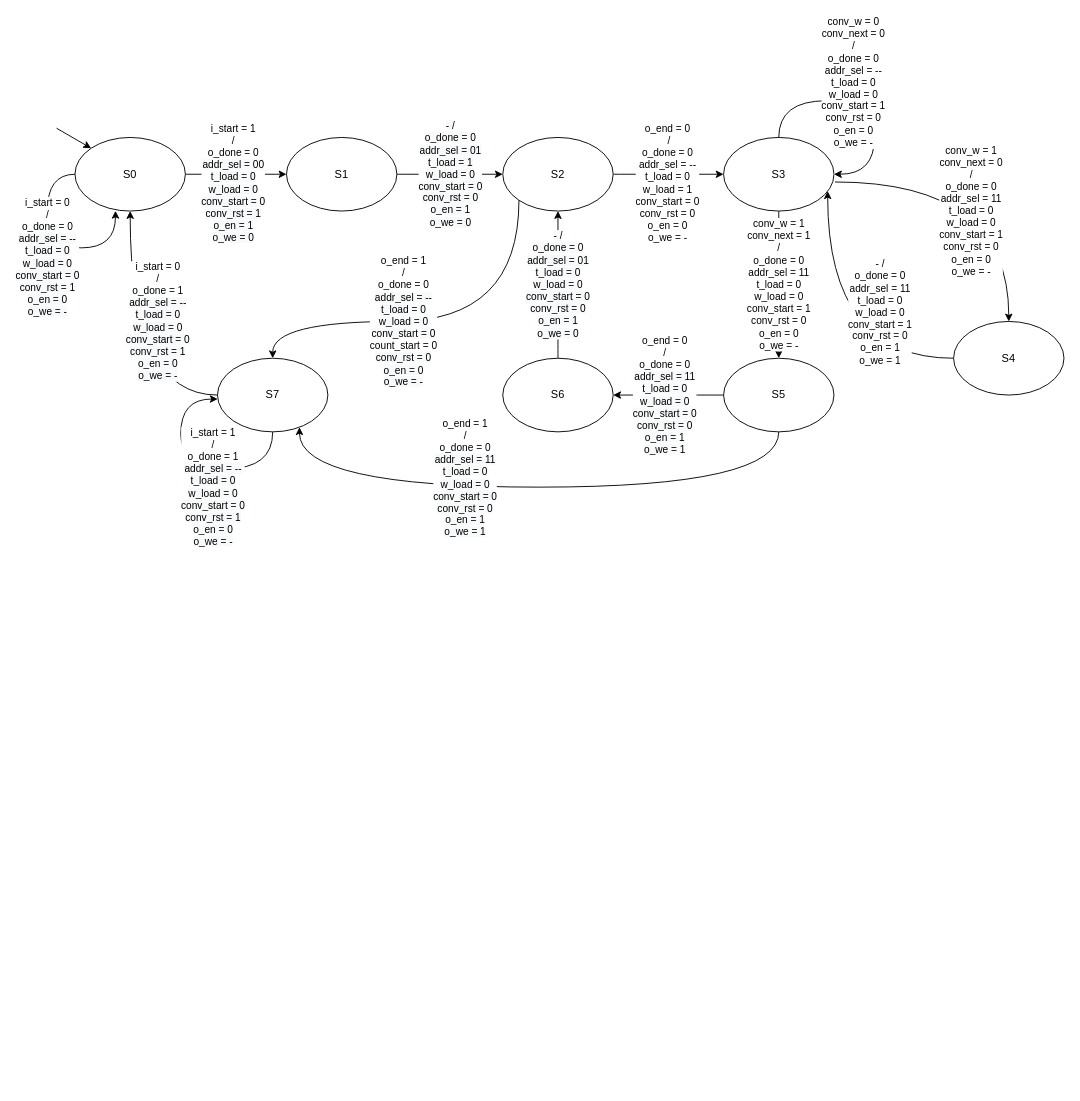
alexbradd/progetto_rl_2122 keeps this draw.io diagram as page "StateMachine" (2 of 3) of doc/diagrams.drawio. Above is the earlier version. Source tidied: cells renumbered, new cells numbered last; positions are measured from the earlier drawing's top-left corner, leaving out a move shared by most shapes. Both pictures are drawn from the tidied source at 92%, with x=0, y=0 at pixel (47, 100).
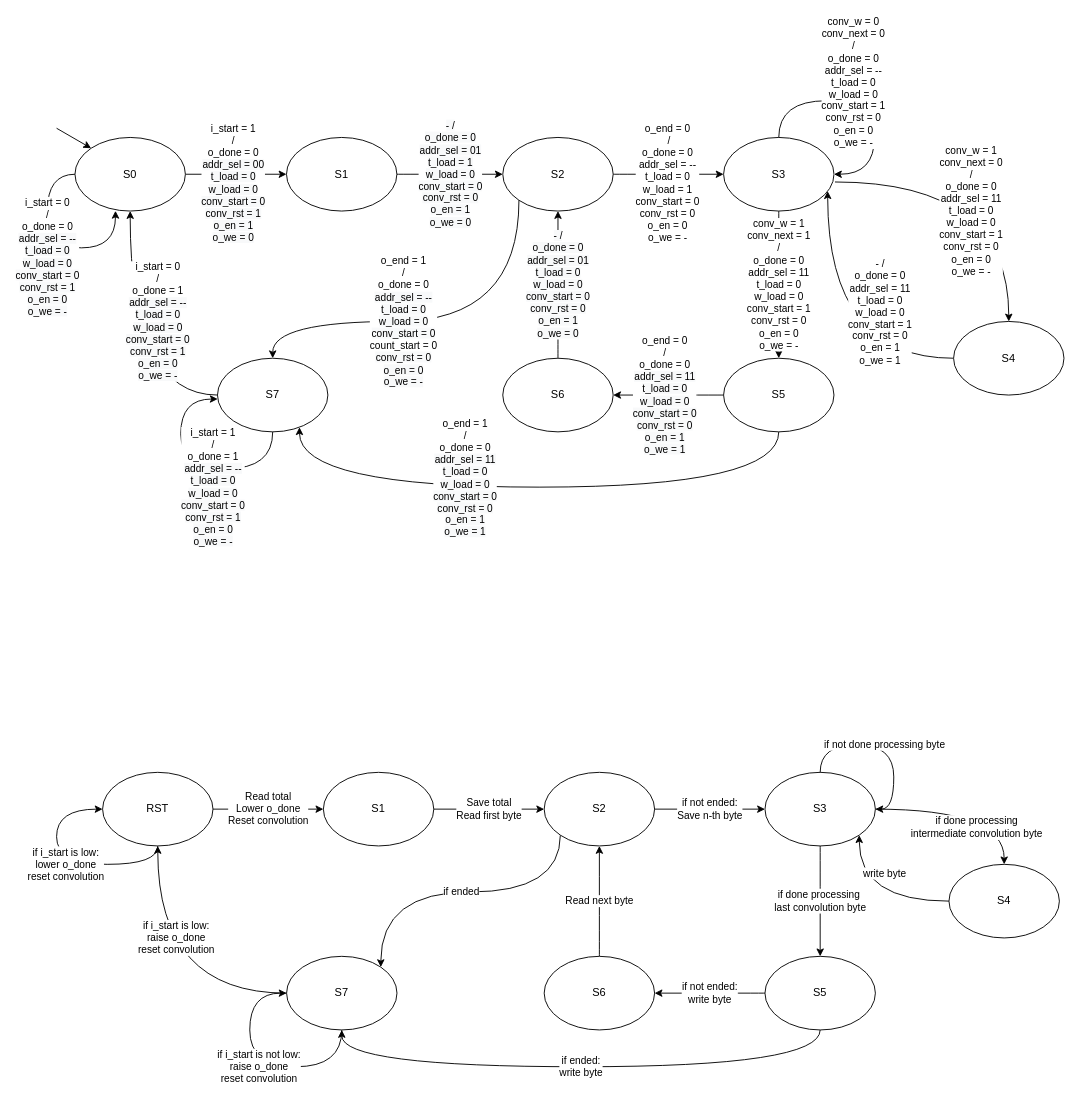
After the change.

The edit, as a diff of the source:
```diff
@@
+    <mxCell id="25" value="Read total&lt;br&gt;Lower o_done&lt;br&gt;Reset convolution" style="edgeStyle=orthogonalEdgeStyle;rounded=0;jettySize=auto;html=1;exitX=1;exitY=0.5;exitDx=0;exitDy=0;entryX=0;entryY=0.5;entryDx=0;entryDy=0;" parent="1" edge="1" source="26" target="28">
+      <mxGeometry relative="1" as="geometry" />
+    </mxCell>
+    <mxCell id="26" value="RST" style="ellipse;whiteSpace=wrap;html=1;" parent="1" vertex="1">
+      <mxGeometry x="60" y="730" width="120" height="80" as="geometry" />
+    </mxCell>
+    <mxCell id="27" value="Save total&lt;br&gt;Read first byte" style="edgeStyle=orthogonalEdgeStyle;rounded=0;jettySize=auto;html=1;exitX=1;exitY=0.5;exitDx=0;exitDy=0;entryX=0;entryY=0.5;entryDx=0;entryDy=0;" parent="1" edge="1" source="28" target="31">
+      <mxGeometry relative="1" as="geometry" />
+    </mxCell>
+    <mxCell id="28" value="S1" style="ellipse;whiteSpace=wrap;html=1;" parent="1" vertex="1">
+      <mxGeometry x="300" y="730" width="120" height="80" as="geometry" />
+    </mxCell>
+    <mxCell id="29" value="if not ended:&lt;br&gt;Save n-th byte" style="edgeStyle=orthogonalEdgeStyle;rounded=0;jettySize=auto;html=1;exitX=1;exitY=0.5;exitDx=0;exitDy=0;entryX=0;entryY=0.5;entryDx=0;entryDy=0;" parent="1" edge="1" source="31" target="34">
+      <mxGeometry relative="1" as="geometry" />
+    </mxCell>
+    <mxCell id="30" value="if ended" style="edgeStyle=orthogonalEdgeStyle;curved=1;rounded=0;jettySize=auto;html=1;exitX=0;exitY=1;exitDx=0;exitDy=0;entryX=1;entryY=0;entryDx=0;entryDy=0;" parent="1" edge="1" source="31" target="44">
+      <mxGeometry relative="1" as="geometry">
+        <Array as="points">
+          <mxPoint x="558" y="860" />
+          <mxPoint x="362" y="860" />
+        </Array>
+      </mxGeometry>
+    </mxCell>
+    <mxCell id="31" value="S2" style="ellipse;whiteSpace=wrap;html=1;" parent="1" vertex="1">
+      <mxGeometry x="540" y="730" width="120" height="80" as="geometry" />
+    </mxCell>
+    <mxCell id="32" value="if done processing &lt;br&gt;intermediate convolution byte" style="edgeStyle=orthogonalEdgeStyle;curved=1;rounded=0;jettySize=auto;html=1;exitX=1;exitY=0.5;exitDx=0;exitDy=0;entryX=0.5;entryY=0;entryDx=0;entryDy=0;" parent="1" edge="1" source="34" target="37">
+      <mxGeometry x="0.1" y="-20" relative="1" as="geometry" />
+    </mxCell>
+    <mxCell id="33" value="if done processing&amp;nbsp;&lt;br&gt;last convolution byte" style="edgeStyle=orthogonalEdgeStyle;curved=1;rounded=0;jettySize=auto;html=1;exitX=0.5;exitY=1;exitDx=0;exitDy=0;entryX=0.5;entryY=0;entryDx=0;entryDy=0;" parent="1" edge="1" source="34" target="40">
+      <mxGeometry relative="1" as="geometry" />
+    </mxCell>
+    <mxCell id="34" value="S3" style="ellipse;whiteSpace=wrap;html=1;" parent="1" vertex="1">
+      <mxGeometry x="780" y="730" width="120" height="80" as="geometry" />
+    </mxCell>
+    <mxCell id="35" value="if not done processing byte" style="edgeStyle=orthogonalEdgeStyle;rounded=0;orthogonalLoop=1;jettySize=auto;html=1;exitX=0.5;exitY=0;exitDx=0;exitDy=0;entryX=1;entryY=0.5;entryDx=0;entryDy=0;curved=1;" parent="1" edge="1" source="34" target="34">
+      <mxGeometry relative="1" as="geometry">
+        <Array as="points">
+          <mxPoint x="840" y="700" />
+          <mxPoint x="920" y="700" />
+          <mxPoint x="920" y="770" />
+        </Array>
+      </mxGeometry>
+    </mxCell>
+    <mxCell id="36" value="write byte" style="edgeStyle=orthogonalEdgeStyle;curved=1;rounded=0;jettySize=auto;html=1;exitX=0;exitY=0.5;exitDx=0;exitDy=0;entryX=1;entryY=1;entryDx=0;entryDy=0;" parent="1" edge="1" source="37" target="34">
+      <mxGeometry x="0.51" y="-28" relative="1" as="geometry" />
+    </mxCell>
+    <mxCell id="37" value="S4" style="ellipse;whiteSpace=wrap;html=1;" parent="1" vertex="1">
+      <mxGeometry x="980" y="830" width="120" height="80" as="geometry" />
+    </mxCell>
+    <mxCell id="38" value="if not ended:&lt;br&gt;write byte" style="edgeStyle=orthogonalEdgeStyle;curved=1;rounded=0;jettySize=auto;html=1;exitX=0;exitY=0.5;exitDx=0;exitDy=0;" parent="1" edge="1" source="40" target="42">
+      <mxGeometry relative="1" as="geometry" />
+    </mxCell>
+    <mxCell id="39" value="if ended:&lt;br&gt;write byte" style="edgeStyle=orthogonalEdgeStyle;curved=1;rounded=0;jettySize=auto;html=1;exitX=0.5;exitY=1;exitDx=0;exitDy=0;entryX=0.5;entryY=1;entryDx=0;entryDy=0;" parent="1" edge="1" source="40" target="44">
+      <mxGeometry relative="1" as="geometry">
+        <Array as="points">
+          <mxPoint x="840" y="1050" />
+          <mxPoint x="320" y="1050" />
+        </Array>
+      </mxGeometry>
+    </mxCell>
+    <mxCell id="40" value="S5" style="ellipse;whiteSpace=wrap;html=1;" parent="1" vertex="1">
+      <mxGeometry x="780" y="930" width="120" height="80" as="geometry" />
+    </mxCell>
+    <mxCell id="41" value="Read next byte" style="edgeStyle=orthogonalEdgeStyle;curved=1;rounded=0;jettySize=auto;html=1;exitX=0.5;exitY=0;exitDx=0;exitDy=0;entryX=0.5;entryY=1;entryDx=0;entryDy=0;" parent="1" edge="1" source="42" target="31">
+      <mxGeometry relative="1" as="geometry" />
+    </mxCell>
+    <mxCell id="42" value="S6" style="ellipse;whiteSpace=wrap;html=1;" parent="1" vertex="1">
+      <mxGeometry x="540" y="930" width="120" height="80" as="geometry" />
+    </mxCell>
+    <mxCell id="43" value="if i_start is low:&lt;br&gt;raise o_done&lt;br&gt;reset convolution" style="edgeStyle=orthogonalEdgeStyle;curved=1;rounded=0;jettySize=auto;html=1;exitX=0;exitY=0.5;exitDx=0;exitDy=0;entryX=0.5;entryY=1;entryDx=0;entryDy=0;" parent="1" edge="1" source="44" target="26">
+      <mxGeometry x="0.33" y="-20" relative="1" as="geometry" />
+    </mxCell>
+    <mxCell id="44" value="S7" style="ellipse;whiteSpace=wrap;html=1;" parent="1" vertex="1">
+      <mxGeometry x="260" y="930" width="120" height="80" as="geometry" />
+    </mxCell>
+    <mxCell id="45" value="if i_start is not low:&lt;br&gt;raise o_done&lt;br&gt;reset convolution" style="edgeStyle=orthogonalEdgeStyle;curved=1;rounded=0;orthogonalLoop=1;jettySize=auto;html=1;exitX=0.5;exitY=1;exitDx=0;exitDy=0;entryX=0;entryY=0.5;entryDx=0;entryDy=0;" parent="1" edge="1" source="44" target="44">
+      <mxGeometry relative="1" as="geometry">
+        <Array as="points">
+          <mxPoint x="320" y="1050" />
+          <mxPoint x="220" y="1050" />
+          <mxPoint x="220" y="970" />
+        </Array>
+      </mxGeometry>
+    </mxCell>
+    <mxCell id="46" value="if i_start is low:&lt;br&gt;lower o_done&lt;br&gt;reset convolution" style="edgeStyle=orthogonalEdgeStyle;curved=1;rounded=0;orthogonalLoop=1;jettySize=auto;html=1;exitX=0.5;exitY=1;exitDx=0;exitDy=0;entryX=0;entryY=0.5;entryDx=0;entryDy=0;" parent="1" edge="1" source="26" target="26">
+      <mxGeometry relative="1" as="geometry">
+        <Array as="points">
+          <mxPoint x="120" y="830" />
+          <mxPoint x="10" y="830" />
+          <mxPoint x="10" y="770" />
+        </Array>
+      </mxGeometry>
+    </mxCell>
```
